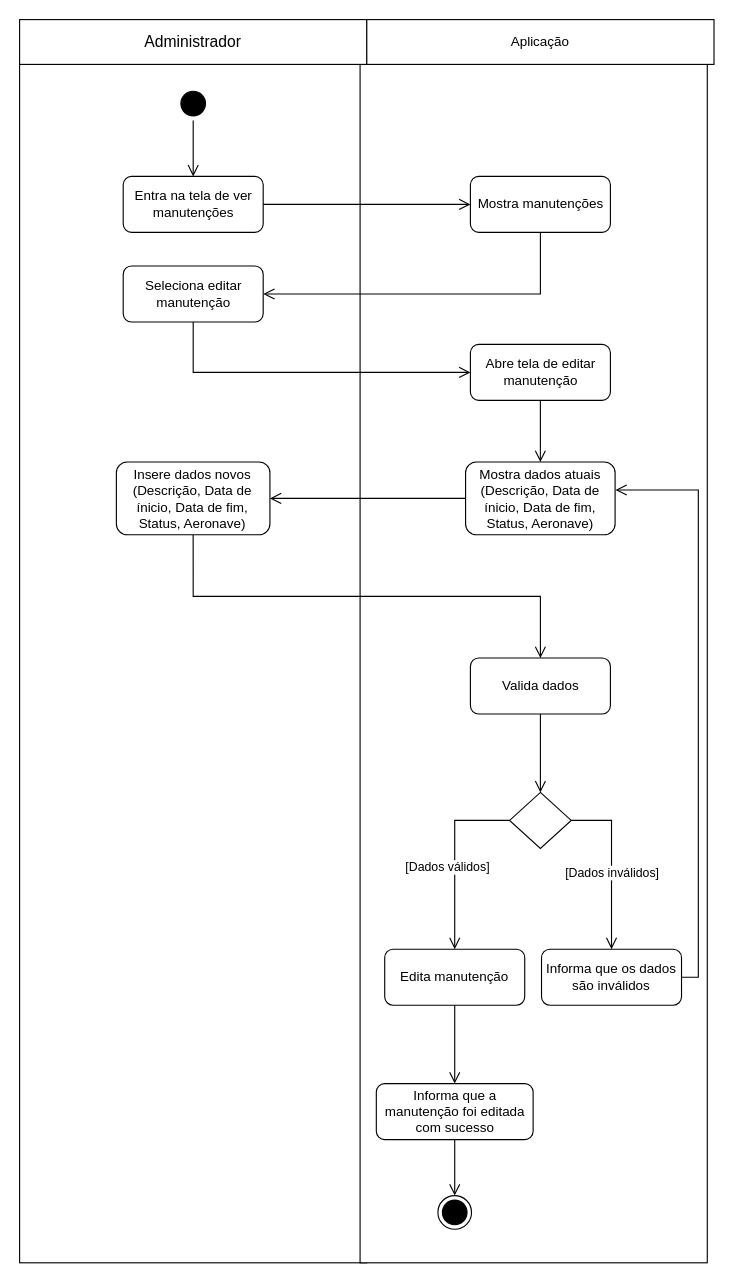
The draw.io diagram Diagramas/Eng_de_Software/Modelos/Atividade/Update_Manutencao.drawio in GabrielGMori/trabalho-conclus-o-ano, before the edit. Source tidied: cells renumbered, new cells numbered last; positions are measured from the earlier drawing's top-left corner, leaving out a move shared by most shapes. Both pictures are drawn from the tidied source at 112%, with x=0, y=0 at pixel (19, 19).
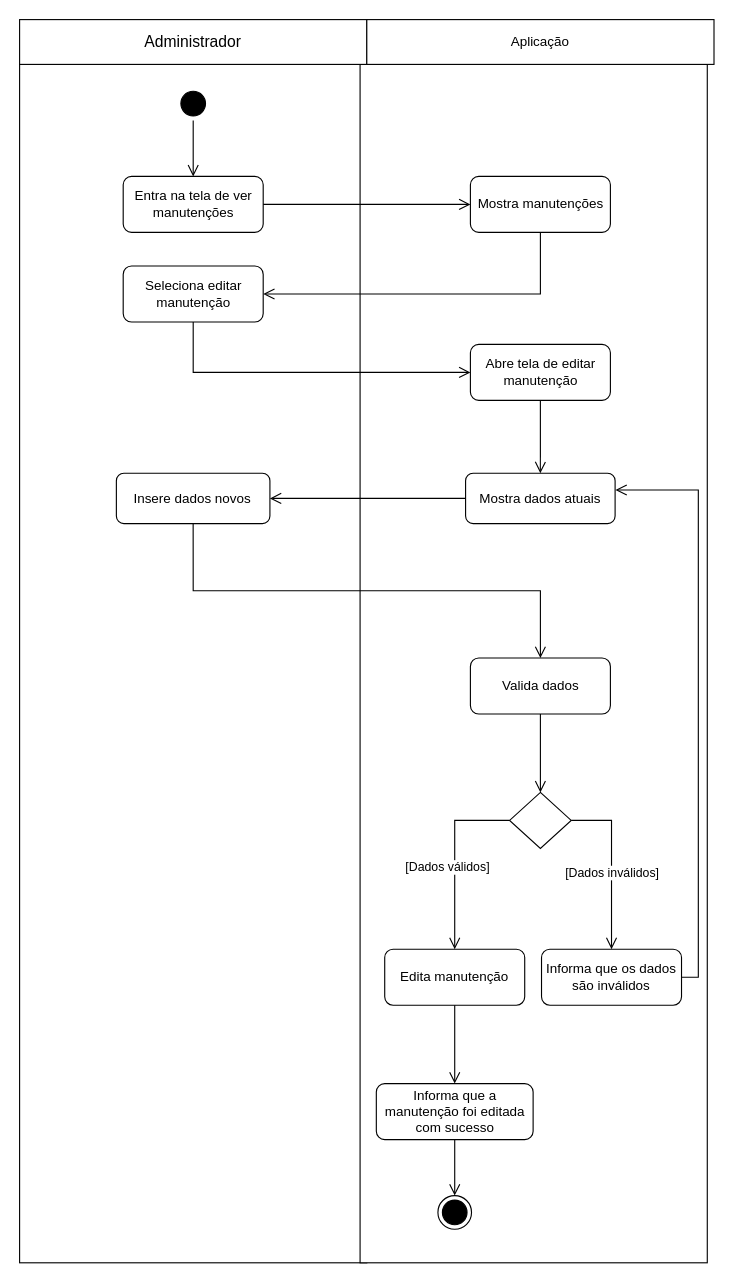
Above is the later version.

Diff of the diagram source:
```diff
@@
-    <mxCell id="9" value="Mostra dados atuais (Descrição, Data de ínicio, Data de fim, Status, Aeronave)" style="rounded=1;whiteSpace=wrap;html=1;" parent="1" vertex="1">
-      <mxGeometry x="398.2" y="395" width="133.5" height="65" as="geometry" />
+    <mxCell id="9" value="Mostra dados atuais" style="rounded=1;whiteSpace=wrap;html=1;" parent="1" vertex="1">
+      <mxGeometry x="398.2" y="405" width="133.5" height="45" as="geometry" />
     </mxCell>
@@
-    <mxCell id="32" value="Insere dados novos (Descrição, Data de ínicio, Data de fim, Status, Aeronave)" style="rounded=1;whiteSpace=wrap;html=1;" parent="1" vertex="1">
-      <mxGeometry x="86.4" y="395" width="137.1" height="65" as="geometry" />
+    <mxCell id="32" value="Insere dados novos" style="rounded=1;whiteSpace=wrap;html=1;" parent="1" vertex="1">
+      <mxGeometry x="86.4" y="405" width="137.1" height="45" as="geometry" />
     </mxCell>
```
